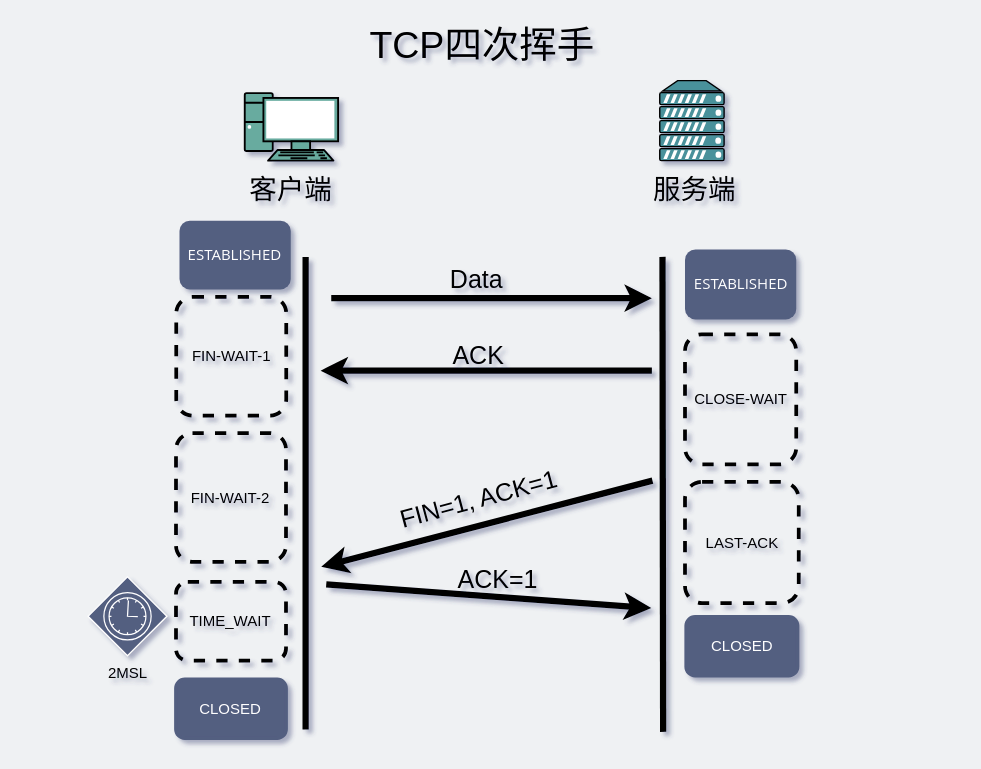
xiaobaiTech/image keeps this draw.io diagram as network/TCP监听了但崩了.drawio. Above is the earlier version. Source tidied: cells renumbered, new cells numbered last; positions are measured from the earlier drawing's top-left corner, leaving out a move shared by most shapes. Both pictures are drawn from the tidied source at 125%, with x=0, y=0 at pixel (88, 26).
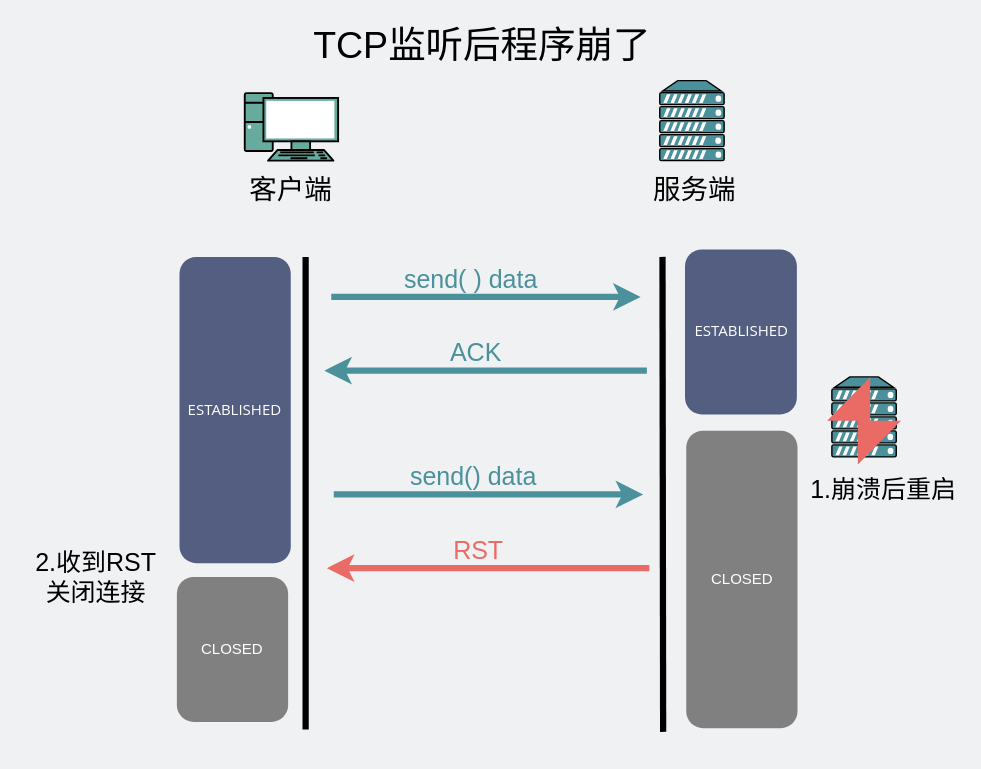
The same diagram, later.

Commit message:
Update TCP监听了但崩了.drawio

What changed in the source:
```diff
@@
-<mxGraphModel background="#EFF1F3" shadow="1">
+<mxGraphModel background="#EFF1F3">
@@
-    <mxCell id="6" value="&lt;font style=&quot;font-size: 30px&quot;&gt;TCP四次挥手&lt;/font&gt;" style="text;html=1;strokeColor=none;fillColor=none;align=center;verticalAlign=middle;whiteSpace=wrap;rounded=0;" parent="1" vertex="1">
+    <mxCell id="6" value="&lt;font style=&quot;font-size: 30px&quot;&gt;TCP监听后程序崩了&lt;/font&gt;" style="text;html=1;strokeColor=none;fillColor=none;align=center;verticalAlign=middle;whiteSpace=wrap;rounded=0;" parent="1" vertex="1">
       <mxGeometry x="117.5" width="395" height="28" as="geometry" />
     </mxCell>
@@
-    <mxCell id="8" style="endArrow=classic;html=1;strokeWidth=5;fontSize=20;" parent="1" edge="1">
+    <mxCell id="8" style="endArrow=classic;html=1;strokeWidth=5;fontSize=20;strokeColor=#4A919B;" parent="1" edge="1">
       <mxGeometry relative="1" as="geometry">
-        <mxPoint x="194.5" y="217" as="sourcePoint" />
-        <mxPoint x="451" y="217" as="targetPoint" />
+        <mxPoint x="194.5" y="216" as="sourcePoint" />
+        <mxPoint x="442" y="216" as="targetPoint" />
       </mxGeometry>
     </mxCell>
-    <mxCell id="9" value="Data" style="text;html=1;strokeColor=none;fillColor=none;align=center;verticalAlign=middle;whiteSpace=wrap;rounded=0;fontSize=20;" parent="1" vertex="1">
-      <mxGeometry x="264.5" y="190" width="92" height="21" as="geometry" />
+    <mxCell id="9" value="send( ) data" style="text;html=1;fillColor=none;align=center;verticalAlign=middle;whiteSpace=wrap;rounded=0;fontSize=20;fontColor=#4A919B;" parent="1" vertex="1">
+      <mxGeometry x="233" y="190" width="146.5" height="21" as="geometry" />
     </mxCell>
-    <mxCell id="10" style="endArrow=none;html=1;strokeWidth=5;startArrow=classic;startFill=1;endFill=0;" parent="1" edge="1">
+    <mxCell id="10" style="endArrow=none;html=1;strokeWidth=5;startArrow=classic;startFill=1;endFill=0;fontColor=#4A919B;strokeColor=#4A919B;" parent="1" edge="1">
       <mxGeometry relative="1" as="geometry">
-        <mxPoint x="186" y="275" as="sourcePoint" />
-        <mxPoint x="451" y="275" as="targetPoint" />
+        <mxPoint x="189" y="275" as="sourcePoint" />
+        <mxPoint x="447" y="275" as="targetPoint" />
       </mxGeometry>
     </mxCell>
-    <mxCell id="11" style="endArrow=classic;html=1;strokeWidth=5;" parent="1" edge="1">
-      <mxGeometry relative="1" as="geometry">
-        <mxPoint x="190.5" y="446" as="sourcePoint" />
-        <mxPoint x="450.5" y="465" as="targetPoint" />
-      </mxGeometry>
-    </mxCell>
-    <mxCell id="12" value="FIN-WAIT-1" style="rounded=1;whiteSpace=wrap;html=1;strokeColor=#000000;fillColor=none;dashed=1;strokeWidth=3;" parent="1" vertex="1">
-      <mxGeometry x="70.5" y="216" width="88" height="95" as="geometry" />
-    </mxCell>
     <mxCell id="13" value="&lt;span style=&quot;font-family: &amp;quot;open sans&amp;quot; , &amp;quot;clear sans&amp;quot; , &amp;quot;helvetica neue&amp;quot; , &amp;quot;helvetica&amp;quot; , &amp;quot;arial&amp;quot; , sans-serif&quot;&gt;&lt;font style=&quot;font-size: 12px&quot;&gt;ESTABLISHED&lt;/font&gt;&lt;/span&gt;" style="rounded=1;whiteSpace=wrap;html=1;dashed=1;strokeWidth=3;strokeColor=none;fillColor=#535E80;fontColor=#FFFFFF;" parent="1" vertex="1">
-      <mxGeometry x="477.5" y="178" width="89" height="56" as="geometry" />
+      <mxGeometry x="477.5" y="178" width="89.5" height="132" as="geometry" />
     </mxCell>
-    <mxCell id="14" value="&lt;span&gt;CLOSE-WAIT&lt;/span&gt;" style="rounded=1;whiteSpace=wrap;html=1;strokeColor=#000000;fillColor=none;dashed=1;strokeWidth=3;" parent="1" vertex="1">
-      <mxGeometry x="477.5" y="246" width="89" height="104" as="geometry" />
-    </mxCell>
-    <mxCell id="15" value="LAST-ACK" style="rounded=1;whiteSpace=wrap;html=1;strokeColor=#000000;fillColor=none;dashed=1;strokeWidth=3;" parent="1" vertex="1">
-      <mxGeometry x="477.5" y="364" width="91" height="97" as="geometry" />
-    </mxCell>
-    <mxCell id="16" value="FIN-WAIT-2" style="rounded=1;whiteSpace=wrap;html=1;strokeColor=#000000;fillColor=none;dashed=1;strokeWidth=3;" parent="1" vertex="1">
-      <mxGeometry x="70.3" y="325" width="88" height="103" as="geometry" />
-    </mxCell>
-    <mxCell id="17" value="ACK" style="text;html=1;strokeColor=none;fillColor=none;align=center;verticalAlign=middle;whiteSpace=wrap;rounded=0;fontSize=20;rotation=0;" parent="1" vertex="1">
-      <mxGeometry x="178" y="246" width="269" height="32" as="geometry" />
+    <mxCell id="17" value="ACK" style="text;html=1;strokeColor=none;fillColor=none;align=center;verticalAlign=middle;whiteSpace=wrap;rounded=0;fontSize=20;rotation=0;fontColor=#4A919B;" parent="1" vertex="1">
+      <mxGeometry x="267" y="244" width="87" height="32" as="geometry" />
     </mxCell>
@@
-    <mxCell id="19" style="endArrow=none;html=1;strokeWidth=5;startArrow=classic;startFill=1;endFill=0;" parent="1" edge="1">
-      <mxGeometry relative="1" as="geometry">
-        <mxPoint x="186.5" y="432" as="sourcePoint" />
-        <mxPoint x="451.5" y="363" as="targetPoint" />
-      </mxGeometry>
-    </mxCell>
-    <mxCell id="20" value="ACK=1" style="text;html=1;strokeColor=none;fillColor=none;align=center;verticalAlign=middle;whiteSpace=wrap;rounded=0;dashed=1;fontSize=20;rotation=0;" parent="1" vertex="1">
-      <mxGeometry x="261.5" y="431" width="132" height="20" as="geometry" />
-    </mxCell>
-    <mxCell id="21" value="FIN=1, ACK=1" style="text;html=1;strokeColor=none;fillColor=none;align=center;verticalAlign=middle;whiteSpace=wrap;rounded=0;fontSize=20;rotation=-15;" parent="1" vertex="1">
-      <mxGeometry x="178" y="361" width="269" height="32" as="geometry" />
-    </mxCell>
-    <mxCell id="22" value="TIME_WAIT" style="rounded=1;whiteSpace=wrap;html=1;strokeColor=#000000;fillColor=none;dashed=1;strokeWidth=3;" parent="1" vertex="1">
-      <mxGeometry x="70.3" y="444" width="88" height="63" as="geometry" />
-    </mxCell>
+    <mxCell id="24" value="&lt;font color=&quot;#ffffff&quot;&gt;CLOSED&lt;/font&gt;" style="rounded=1;whiteSpace=wrap;html=1;strokeWidth=3;strokeColor=none;fillColor=#808080;" parent="1" vertex="1">
+      <mxGeometry x="478.5" y="323" width="89" height="238" as="geometry" />
+    </mxCell>
+    <mxCell id="27" value="&lt;span style=&quot;font-family: &amp;#34;open sans&amp;#34; , &amp;#34;clear sans&amp;#34; , &amp;#34;helvetica neue&amp;#34; , &amp;#34;helvetica&amp;#34; , &amp;#34;arial&amp;#34; , sans-serif&quot;&gt;&lt;font style=&quot;font-size: 12px&quot;&gt;ESTABLISHED&lt;br&gt;&lt;/font&gt;&lt;/span&gt;" style="rounded=1;whiteSpace=wrap;html=1;dashed=1;strokeWidth=3;fillColor=#535E80;strokeColor=none;fontColor=#FFFFFF;" parent="1" vertex="1">
+      <mxGeometry x="73.1" y="184" width="89" height="245" as="geometry" />
+    </mxCell>
+    <mxCell id="28" style="fontColor=#0066CC;verticalAlign=top;verticalLabelPosition=bottom;labelPosition=center;align=center;html=1;gradientColor=none;gradientDirection=north;strokeWidth=2;shape=mxgraph.networks.server;fillColor=#4A919B;" parent="1" vertex="1">
+      <mxGeometry x="595" y="280" width="51.5" height="64" as="geometry" />
+    </mxCell>
+    <mxCell id="29" style="html=1;verticalLabelPosition=bottom;align=center;labelBackgroundColor=#ffffff;verticalAlign=top;strokeWidth=2;shadow=0;dashed=0;shape=mxgraph.ios7.icons.flash;strokeColor=none;fillColor=#EA6B66;" parent="1" vertex="1">
+      <mxGeometry x="591.2" y="280" width="59" height="70" as="geometry" />
+    </mxCell>
+    <mxCell id="30" value="&lt;font style=&quot;font-size: 20px&quot;&gt;1.崩溃后重启&lt;/font&gt;" style="text;html=1;strokeColor=none;fillColor=none;align=center;verticalAlign=middle;whiteSpace=wrap;rounded=0;" parent="1" vertex="1">
+      <mxGeometry x="575.3" y="352" width="122.7" height="33" as="geometry" />
+    </mxCell>
+    <mxCell id="31" style="endArrow=classic;html=1;strokeWidth=5;fontSize=20;fontColor=#4A919B;strokeColor=#4A919B;" parent="1" edge="1">
+      <mxGeometry relative="1" as="geometry">
+        <mxPoint x="196.5" y="374" as="sourcePoint" />
+        <mxPoint x="444" y="374" as="targetPoint" />
+      </mxGeometry>
+    </mxCell>
+    <mxCell id="32" value="send() data" style="text;html=1;strokeColor=none;fillColor=none;align=center;verticalAlign=middle;whiteSpace=wrap;rounded=0;fontSize=20;fontColor=#4A919B;" parent="1" vertex="1">
+      <mxGeometry x="235" y="348" width="146.5" height="21" as="geometry" />
+    </mxCell>
+    <mxCell id="33" style="endArrow=none;html=1;strokeWidth=5;startArrow=classic;startFill=1;endFill=0;fontColor=#4A919B;strokeColor=#EA6B66;" parent="1" edge="1">
+      <mxGeometry relative="1" as="geometry">
+        <mxPoint x="191" y="433" as="sourcePoint" />
+        <mxPoint x="449" y="433" as="targetPoint" />
+      </mxGeometry>
+    </mxCell>
+    <mxCell id="34" value="RST" style="text;html=1;strokeColor=none;fillColor=none;align=center;verticalAlign=middle;whiteSpace=wrap;rounded=0;fontSize=20;rotation=0;fontColor=#EA6B66;" parent="1" vertex="1">
+      <mxGeometry x="269" y="402" width="87" height="32" as="geometry" />
+    </mxCell>
-    <mxCell id="23" value="&lt;font color=&quot;#ffffff&quot;&gt;CLOSED&lt;/font&gt;" style="rounded=1;whiteSpace=wrap;html=1;strokeWidth=3;strokeColor=#535E80;fillColor=#535E80;" parent="1" vertex="1">
-      <mxGeometry x="70.3" y="522" width="88" height="47" as="geometry" />
+    <mxCell id="23" value="&lt;font color=&quot;#ffffff&quot;&gt;CLOSED&lt;/font&gt;" style="rounded=1;whiteSpace=wrap;html=1;strokeWidth=3;strokeColor=none;fillColor=#808080;" parent="1" vertex="1">
+      <mxGeometry x="71" y="440" width="89" height="116" as="geometry" />
     </mxCell>
-    <mxCell id="24" value="&lt;font color=&quot;#ffffff&quot;&gt;CLOSED&lt;/font&gt;" style="rounded=1;whiteSpace=wrap;html=1;strokeWidth=3;strokeColor=#535E80;fillColor=#535E80;" parent="1" vertex="1">
-      <mxGeometry x="478.5" y="472" width="89" height="47" as="geometry" />
-    </mxCell>
-    <mxCell id="25" style="shape=mxgraph.bpmn.gateway2;html=1;verticalLabelPosition=bottom;labelBackgroundColor=#ffffff;verticalAlign=top;align=center;perimeter=rhombusPerimeter;outline=standard;symbol=timer;fillColor=#535E80;strokeColor=#FFFFFF;" parent="1" vertex="1">
-      <mxGeometry y="440" width="63" height="63" as="geometry" />
-    </mxCell>
-    <mxCell id="26" value="2MSL" style="text;html=1;strokeColor=none;fillColor=none;align=center;verticalAlign=middle;whiteSpace=wrap;rounded=0;" parent="1" vertex="1">
-      <mxGeometry x="11.5" y="507" width="40" height="20" as="geometry" />
-    </mxCell>
-    <mxCell id="27" value="&lt;span style=&quot;font-family: &amp;#34;open sans&amp;#34; , &amp;#34;clear sans&amp;#34; , &amp;#34;helvetica neue&amp;#34; , &amp;#34;helvetica&amp;#34; , &amp;#34;arial&amp;#34; , sans-serif&quot;&gt;&lt;font style=&quot;font-size: 12px&quot;&gt;ESTABLISHED&lt;br&gt;&lt;/font&gt;&lt;/span&gt;" style="rounded=1;whiteSpace=wrap;html=1;dashed=1;strokeWidth=3;fillColor=#535E80;strokeColor=none;fontColor=#FFFFFF;" parent="1" vertex="1">
-      <mxGeometry x="73.1" y="155" width="89" height="55" as="geometry" />
-    </mxCell>
+    <mxCell id="35" value="&lt;font style=&quot;font-size: 20px&quot;&gt;2.收到RST&lt;br&gt;关闭连接&lt;br&gt;&lt;/font&gt;" style="text;html=1;strokeColor=none;fillColor=none;align=center;verticalAlign=middle;whiteSpace=wrap;rounded=0;" parent="1" vertex="1">
+      <mxGeometry x="-53" y="423" width="119" height="33" as="geometry" />
+    </mxCell>
```
